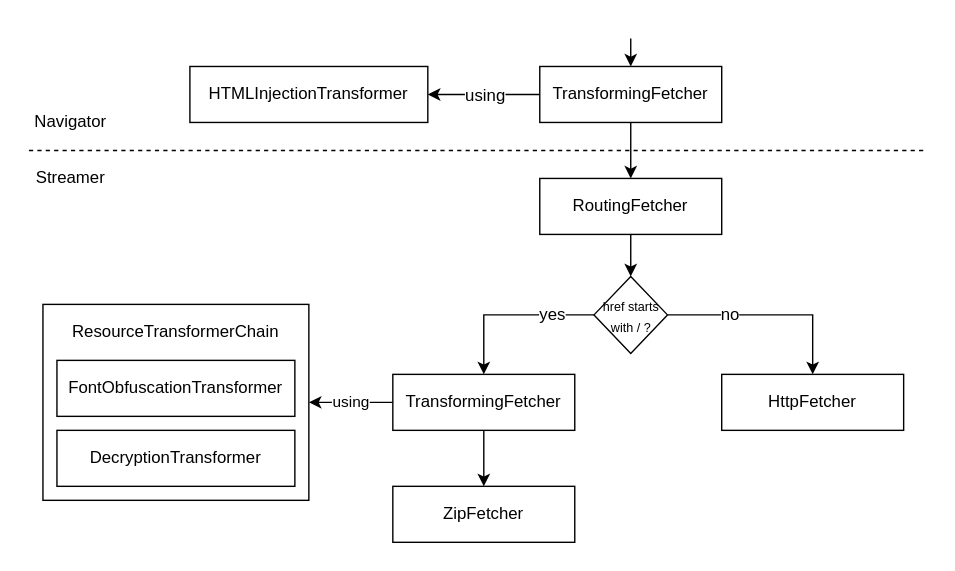
Before: proposals/assets/002-epub.svg, a diagram exported from draw.io (readium/architecture). Source tidied: cells renumbered, new cells last; positions are measured from the earlier drawing's top-left corner, leaving out a move shared by most shapes. Source of this version:
```xml
<mxGraphModel>
  <root>
    <mxCell id="0" />
    <mxCell id="1" parent="0" />
    <mxCell id="2" style="rounded=0;whiteSpace=wrap;html=1;" parent="1" vertex="1">
      <mxGeometry x="10" y="190" width="190" height="140" as="geometry" />
    </mxCell>
    <mxCell id="3" style="edgeStyle=orthogonalEdgeStyle;rounded=0;jettySize=auto;html=1;entryX=1;entryY=0.5;entryDx=0;entryDy=0;" parent="1" edge="1" source="6" target="7">
      <mxGeometry relative="1" as="geometry" />
    </mxCell>
    <mxCell id="4" value="using" style="text;html=1;align=center;verticalAlign=middle;labelBackgroundColor=#ffffff;" parent="3" vertex="1">
      <mxGeometry x="0.2" y="1" relative="1" as="geometry">
        <mxPoint x="8.3" y="-1" as="offset" />
      </mxGeometry>
    </mxCell>
    <mxCell id="5" style="edgeStyle=orthogonalEdgeStyle;rounded=0;jettySize=auto;html=1;entryX=0.5;entryY=0;entryDx=0;entryDy=0;" parent="1" edge="1" source="6" target="12">
      <mxGeometry relative="1" as="geometry" />
    </mxCell>
    <mxCell id="6" value="TransformingFetcher" style="rounded=0;whiteSpace=wrap;html=1;" parent="1" vertex="1">
      <mxGeometry x="365" y="20" width="130" height="40" as="geometry" />
    </mxCell>
    <mxCell id="7" value="HTMLInjectionTransformer" style="rounded=0;whiteSpace=wrap;html=1;" parent="1" vertex="1">
      <mxGeometry x="115" y="20" width="170" height="40" as="geometry" />
    </mxCell>
    <mxCell id="8" value="FontObfuscationTransformer" style="rounded=0;whiteSpace=wrap;html=1;" parent="1" vertex="1">
      <mxGeometry x="20" y="230" width="170" height="40" as="geometry" />
    </mxCell>
    <mxCell id="9" value="DecryptionTransformer" style="rounded=0;whiteSpace=wrap;html=1;" parent="1" vertex="1">
      <mxGeometry x="20" y="280" width="170" height="40" as="geometry" />
    </mxCell>
    <mxCell id="10" value="ResourceTransformerChain" style="text;html=1;strokeColor=none;fillColor=none;align=center;verticalAlign=middle;whiteSpace=wrap;rounded=0;" parent="1" vertex="1">
      <mxGeometry x="85" y="200" width="40" height="20" as="geometry" />
    </mxCell>
    <mxCell id="11" style="edgeStyle=orthogonalEdgeStyle;rounded=0;jettySize=auto;html=1;entryX=0.5;entryY=0;entryDx=0;entryDy=0;" parent="1" edge="1" source="12" target="22">
      <mxGeometry relative="1" as="geometry" />
    </mxCell>
    <mxCell id="12" value="RoutingFetcher" style="rounded=0;whiteSpace=wrap;html=1;" parent="1" vertex="1">
      <mxGeometry x="365" y="100" width="130" height="40" as="geometry" />
    </mxCell>
    <mxCell id="13" value="HttpFetcher" style="rounded=0;whiteSpace=wrap;html=1;" parent="1" vertex="1">
      <mxGeometry x="495" y="240" width="130" height="40" as="geometry" />
    </mxCell>
    <mxCell id="14" style="edgeStyle=orthogonalEdgeStyle;rounded=0;jettySize=auto;html=1;entryX=0.5;entryY=0;entryDx=0;entryDy=0;" parent="1" edge="1" source="16" target="17">
      <mxGeometry relative="1" as="geometry" />
    </mxCell>
    <mxCell id="15" value="using" style="edgeStyle=orthogonalEdgeStyle;rounded=0;jettySize=auto;html=1;entryX=1;entryY=0.5;entryDx=0;entryDy=0;" parent="1" edge="1" source="16" target="2">
      <mxGeometry relative="1" as="geometry" />
    </mxCell>
    <mxCell id="16" value="TransformingFetcher" style="rounded=0;whiteSpace=wrap;html=1;" parent="1" vertex="1">
      <mxGeometry x="260" y="240" width="130" height="40" as="geometry" />
    </mxCell>
    <mxCell id="17" value="ZipFetcher" style="rounded=0;whiteSpace=wrap;html=1;" parent="1" vertex="1">
      <mxGeometry x="260" y="320" width="130" height="40" as="geometry" />
    </mxCell>
    <mxCell id="18" style="edgeStyle=orthogonalEdgeStyle;rounded=0;jettySize=auto;html=1;entryX=0.5;entryY=0;entryDx=0;entryDy=0;" parent="1" edge="1" source="22" target="13">
      <mxGeometry relative="1" as="geometry" />
    </mxCell>
    <mxCell id="19" value="no" style="text;html=1;align=center;verticalAlign=middle;labelBackgroundColor=#ffffff;" parent="18" vertex="1">
      <mxGeometry x="-0.17" relative="1" as="geometry">
        <mxPoint x="-16.9" as="offset" />
      </mxGeometry>
    </mxCell>
    <mxCell id="20" style="edgeStyle=orthogonalEdgeStyle;rounded=0;jettySize=auto;html=1;entryX=0.5;entryY=0;entryDx=0;entryDy=0;" parent="1" edge="1" source="22" target="16">
      <mxGeometry relative="1" as="geometry" />
    </mxCell>
    <mxCell id="21" value="yes" style="text;html=1;align=center;verticalAlign=middle;labelBackgroundColor=#ffffff;" parent="20" vertex="1">
      <mxGeometry x="-0.53" y="3" relative="1" as="geometry">
        <mxPoint x="-2.7" y="-3" as="offset" />
      </mxGeometry>
    </mxCell>
    <mxCell id="22" value="&lt;font style=&quot;font-size: 9px&quot;&gt;href starts with / ?&lt;/font&gt;" style="rhombus;whiteSpace=wrap;html=1;" parent="1" vertex="1">
      <mxGeometry x="403.8" y="170" width="52.5" height="55" as="geometry" />
    </mxCell>
    <mxCell id="23" style="endArrow=none;dashed=1;html=1;" parent="1" edge="1">
      <mxGeometry relative="1" as="geometry">
        <mxPoint y="80" as="sourcePoint" />
        <mxPoint x="640" y="80" as="targetPoint" />
      </mxGeometry>
    </mxCell>
    <mxCell id="24" value="Navigator" style="text;html=1;strokeColor=none;fillColor=none;align=center;verticalAlign=middle;whiteSpace=wrap;rounded=0;" parent="1" vertex="1">
      <mxGeometry x="10" y="50" width="40" height="20" as="geometry" />
    </mxCell>
    <mxCell id="25" value="Streamer" style="text;html=1;strokeColor=none;fillColor=none;align=center;verticalAlign=middle;whiteSpace=wrap;rounded=0;" parent="1" vertex="1">
      <mxGeometry x="10" y="90" width="40" height="20" as="geometry" />
    </mxCell>
    <mxCell id="26" style="endArrow=classic;html=1;entryX=0.5;entryY=0;entryDx=0;entryDy=0;" parent="1" edge="1" target="6">
      <mxGeometry relative="1" as="geometry">
        <mxPoint x="430" as="sourcePoint" />
      </mxGeometry>
    </mxCell>
  </root>
</mxGraphModel>
```
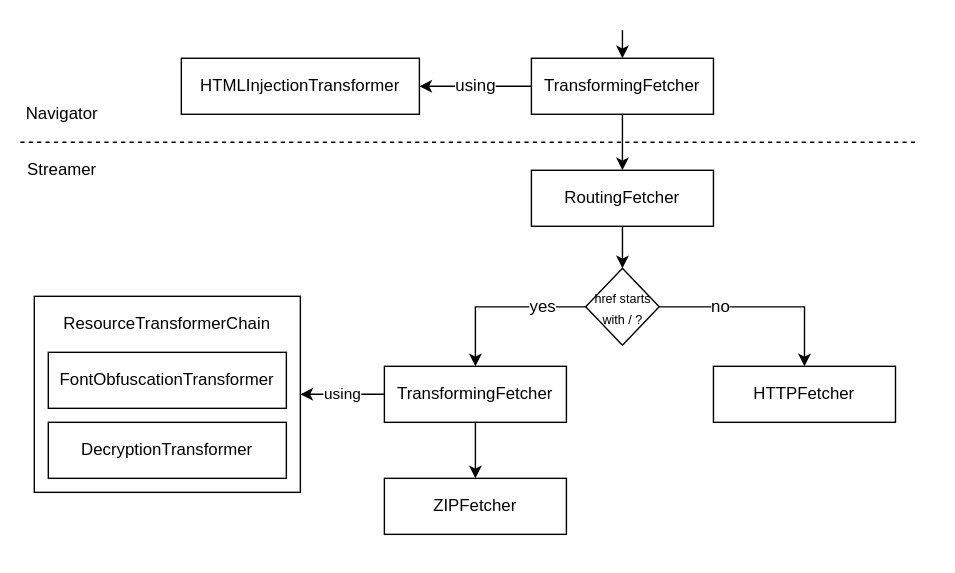
Above is the later version.

What changed in the source:
```diff
@@ -37,7 +37,7 @@
     <mxCell id="12" value="RoutingFetcher" style="rounded=0;whiteSpace=wrap;html=1;" parent="1" vertex="1">
       <mxGeometry x="365" y="100" width="130" height="40" as="geometry" />
     </mxCell>
-    <mxCell id="13" value="HttpFetcher" style="rounded=0;whiteSpace=wrap;html=1;" parent="1" vertex="1">
+    <mxCell id="13" value="HTTPFetcher" style="rounded=0;whiteSpace=wrap;html=1;" parent="1" vertex="1">
       <mxGeometry x="495" y="240" width="130" height="40" as="geometry" />
     </mxCell>
     <mxCell id="14" style="edgeStyle=orthogonalEdgeStyle;rounded=0;jettySize=auto;html=1;entryX=0.5;entryY=0;entryDx=0;entryDy=0;" parent="1" edge="1" source="16" target="17">
@@ -49,7 +49,7 @@
     <mxCell id="16" value="TransformingFetcher" style="rounded=0;whiteSpace=wrap;html=1;" parent="1" vertex="1">
       <mxGeometry x="260" y="240" width="130" height="40" as="geometry" />
     </mxCell>
-    <mxCell id="17" value="ZipFetcher" style="rounded=0;whiteSpace=wrap;html=1;" parent="1" vertex="1">
+    <mxCell id="17" value="ZIPFetcher" style="rounded=0;whiteSpace=wrap;html=1;" parent="1" vertex="1">
       <mxGeometry x="260" y="320" width="130" height="40" as="geometry" />
     </mxCell>
     <mxCell id="18" style="edgeStyle=orthogonalEdgeStyle;rounded=0;jettySize=auto;html=1;entryX=0.5;entryY=0;entryDx=0;entryDy=0;" parent="1" edge="1" source="22" target="13">
```
